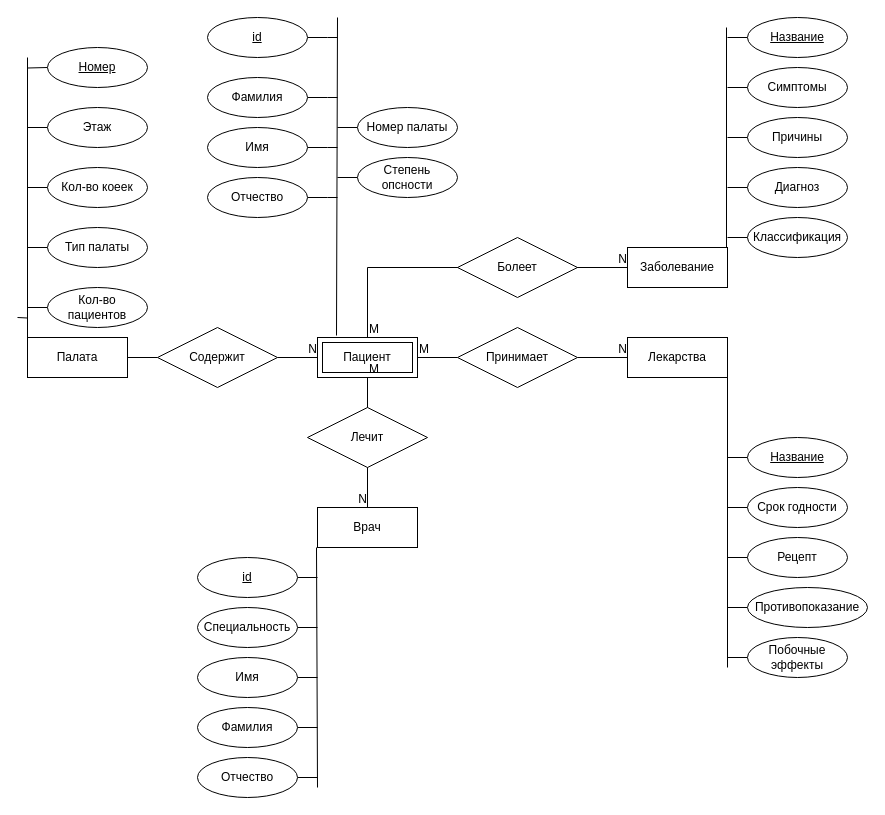
Above: lab-01/Psyho.drawio in xanderkov/ics7-db (draw.io), before the change. Source tidied: cells renumbered, new cells numbered last; positions are measured from the earlier drawing's top-left corner, leaving out a move shared by most shapes. Both pictures are drawn from the tidied source at 100%, with x=0, y=0 at pixel (17, 17).
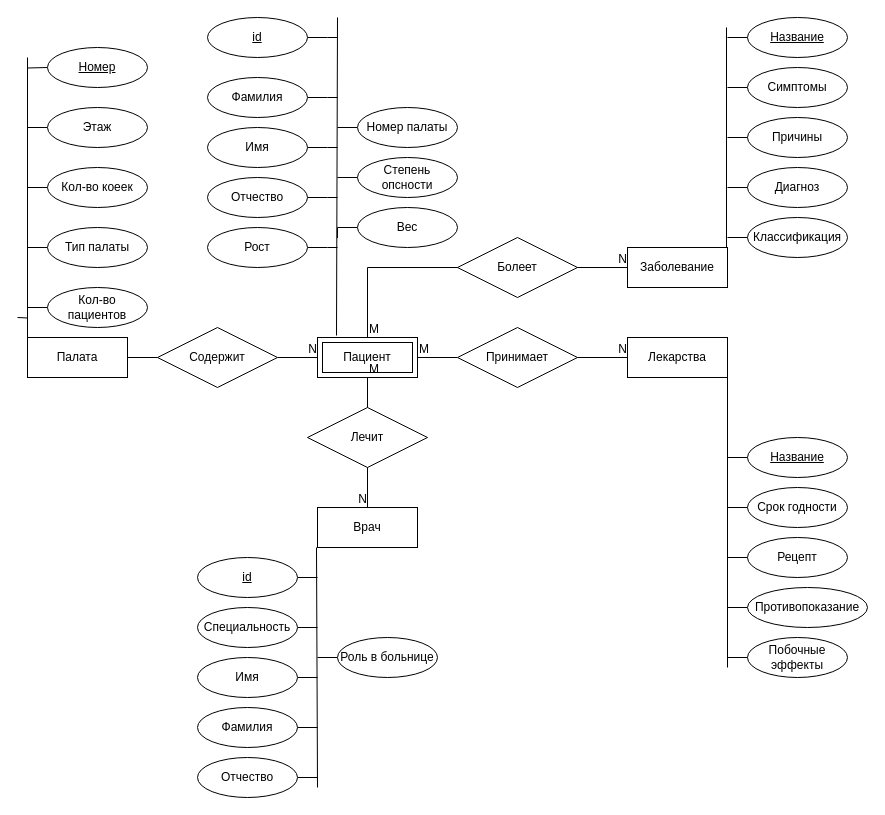
The same page after the edit.

Diff of the diagram source:
```diff
@@
+    <mxCell id="81" style="edgeStyle=orthogonalEdgeStyle;rounded=0;jettySize=auto;html=1;endArrow=none;endFill=0;" parent="1" edge="1" source="82">
+      <mxGeometry relative="1" as="geometry">
+        <mxPoint x="320" y="230" as="targetPoint" />
+      </mxGeometry>
+    </mxCell>
+    <mxCell id="82" value="Рост" style="ellipse;whiteSpace=wrap;html=1;align=center;" parent="1" vertex="1">
+      <mxGeometry x="190" y="210" width="100" height="40" as="geometry" />
+    </mxCell>
+    <mxCell id="83" style="edgeStyle=orthogonalEdgeStyle;rounded=0;jettySize=auto;html=1;endArrow=none;endFill=0;" parent="1" edge="1" source="84">
+      <mxGeometry relative="1" as="geometry">
+        <mxPoint x="320" y="220" as="targetPoint" />
+      </mxGeometry>
+    </mxCell>
+    <mxCell id="84" value="Вес" style="ellipse;whiteSpace=wrap;html=1;align=center;" parent="1" vertex="1">
+      <mxGeometry x="340" y="190" width="100" height="40" as="geometry" />
+    </mxCell>
+    <mxCell id="85" style="edgeStyle=orthogonalEdgeStyle;rounded=0;jettySize=auto;html=1;endArrow=none;endFill=0;" parent="1" edge="1" source="86">
+      <mxGeometry relative="1" as="geometry">
+        <mxPoint x="300" y="640" as="targetPoint" />
+      </mxGeometry>
+    </mxCell>
+    <mxCell id="86" value="Роль в больнице" style="ellipse;whiteSpace=wrap;html=1;align=center;" parent="1" vertex="1">
+      <mxGeometry x="320" y="620" width="100" height="40" as="geometry" />
+    </mxCell>
```
